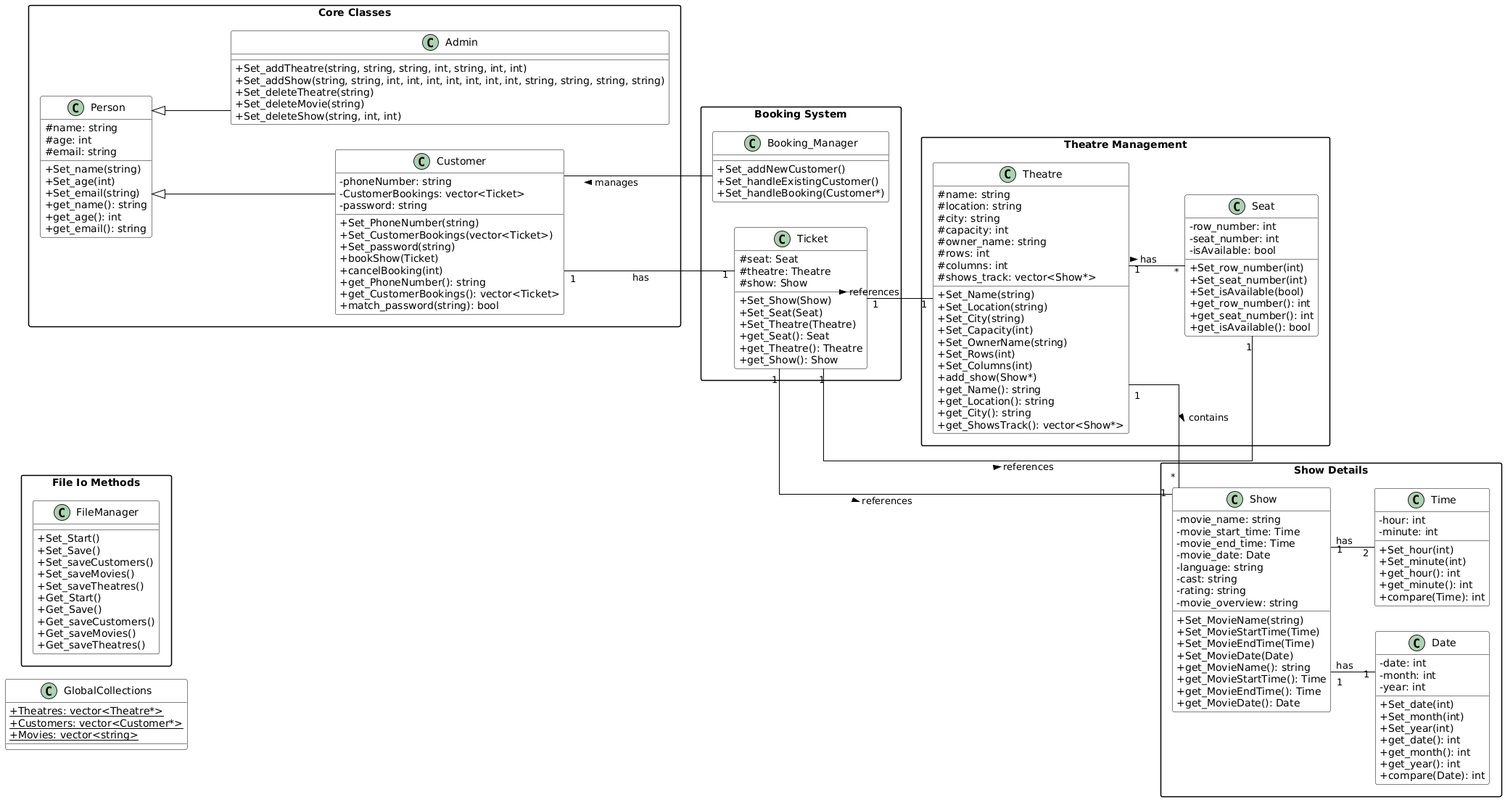
Before: Final UML Diagram.png, a diagram exported from PlantUML (svnsaisathvik/CPP-Project). The source it was exported from:
```plantuml
@startuml
skinparam backgroundColor white
skinparam class {
    BackgroundColor white
    ArrowColor Black
    BorderColor Black
    FontColor Black
}

skinparam classAttributeIconSize 0
skinparam linetype ortho
skinparam packageStyle rectangle

left to right direction

package "File Io Methods" {
    class FileManager {
        + Set_Start()
        + Set_Save()
        + Set_saveCustomers()
        + Set_saveMovies()
        + Set_saveTheatres()
        + Get_Start()
        + Get_Save()
        + Get_saveCustomers()
        + Get_saveMovies()
        + Get_saveTheatres()
    }
}

package "Core Classes" {
    class Person {
        # name: string
        # age: int
        # email: string

        + Set_name(string)
        + Set_age(int)
        + Set_email(string)
        + get_name(): string
        + get_age(): int
        + get_email(): string
    }

    class Customer {
        - phoneNumber: string
        - CustomerBookings: vector<Ticket>
        - password: string

        + Set_PhoneNumber(string)
        + Set_CustomerBookings(vector<Ticket>)
        + Set_password(string)
        + bookShow(Ticket)
        + cancelBooking(int)
        + get_PhoneNumber(): string
        + get_CustomerBookings(): vector<Ticket>
        + match_password(string): bool
    }

    class Admin {
        + Set_addTheatre(string, string, string, int, string, int, int)
        + Set_addShow(string, string, int, int, int, int, int, int, int, string, string, string, string)
        + Set_deleteTheatre(string)
        + Set_deleteMovie(string)
        + Set_deleteShow(string, int, int)
    }
}

package "Booking System" {
    class Booking_Manager {
        + Set_addNewCustomer()
        + Set_handleExistingCustomer()
        + Set_handleBooking(Customer*)
    }

    class Ticket {
        # seat: Seat
        # theatre: Theatre
        # show: Show

        + Set_Show(Show)
        + Set_Seat(Seat)
        + Set_Theatre(Theatre)
        + get_Seat(): Seat
        + get_Theatre(): Theatre
        + get_Show(): Show
    }
}

package "Theatre Management" {
    class Theatre {
        # name: string
        # location: string
        # city: string
        # capacity: int
        # owner_name: string
        # rows: int
        # columns: int
        # shows_track: vector<Show*>

        + Set_Name(string)
        + Set_Location(string)
        + Set_City(string)
        + Set_Capacity(int)
        + Set_OwnerName(string)
        + Set_Rows(int)
        + Set_Columns(int)
        + add_show(Show*)
        + get_Name(): string
        + get_Location(): string
        + get_City(): string
        + get_ShowsTrack(): vector<Show*>
    }

    class Seat {
        - row_number: int
        - seat_number: int
        - isAvailable: bool

        + Set_row_number(int)
        + Set_seat_number(int)
        + Set_isAvailable(bool)
        + get_row_number(): int
        + get_seat_number(): int
        + get_isAvailable(): bool
    }
}

package "Show Details" {
    class Show {
        - movie_name: string
        - movie_start_time: Time
        - movie_end_time: Time
        - movie_date: Date
        - language: string
        - cast: string
        - rating: string
        - movie_overview: string

        + Set_MovieName(string)
        + Set_MovieStartTime(Time)
        + Set_MovieEndTime(Time)
        + Set_MovieDate(Date)
        + get_MovieName(): string
        + get_MovieStartTime(): Time
        + get_MovieEndTime(): Time
        + get_MovieDate(): Date
    }

    class Date {
        - date: int
        - month: int
        - year: int

        + Set_date(int)
        + Set_month(int)
        + Set_year(int)
        + get_date(): int
        + get_month(): int
        + get_year(): int
        + compare(Date): int
    }

    class Time {
        - hour: int
        - minute: int

        + Set_hour(int)
        + Set_minute(int)
        + get_hour(): int
        + get_minute(): int
        + compare(Time): int
    }
}

Person <|-- Customer
Person <|-- Admin
Customer "1" -- "1" Ticket : has
Theatre "1" -- "*" Show : contains >
Theatre "1" -- "*" Seat : has >
Show "1" -- "1" Date : has
Show "1" -- "2" Time : has
Ticket "1" -- "1" Show : references >
Ticket "1" -- "1" Theatre : references >
Ticket "1" -- "1" Seat : references >
Booking_Manager -- Customer : manages >

class GlobalCollections {
    + {static} Theatres: vector<Theatre*>
    + {static} Customers: vector<Customer*>
    + {static} Movies: vector<string>
}
@enduml
```
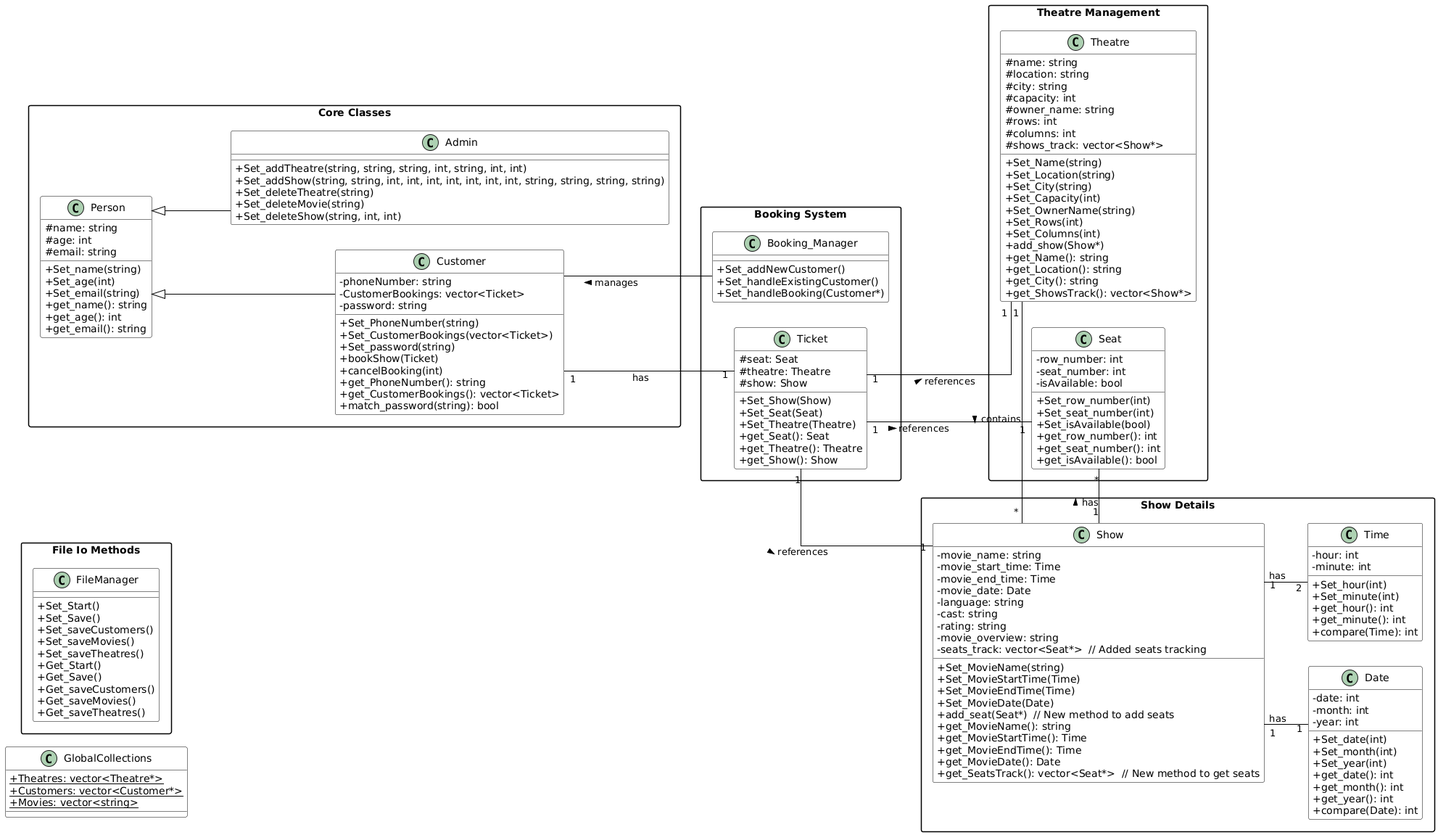
Above is the later version.

Commit message:
updated uml diagram

The edit, as a diff of the source:
```diff
@@ -136,15 +136,18 @@
         - cast: string
         - rating: string
         - movie_overview: string
+        - seats_track: vector<Seat*>  // Added seats tracking
 
         + Set_MovieName(string)
         + Set_MovieStartTime(Time)
         + Set_MovieEndTime(Time)
         + Set_MovieDate(Date)
+        + add_seat(Seat*)  // New method to add seats
         + get_MovieName(): string
         + get_MovieStartTime(): Time
         + get_MovieEndTime(): Time
         + get_MovieDate(): Date
+        + get_SeatsTrack(): vector<Seat*>  // New method to get seats
     }
 
     class Date {
@@ -177,7 +180,7 @@
 Person <|-- Admin
 Customer "1" -- "1" Ticket : has
 Theatre "1" -- "*" Show : contains >
-Theatre "1" -- "*" Seat : has >
+Show "1" -- "*" Seat : has >
 Show "1" -- "1" Date : has
 Show "1" -- "2" Time : has
 Ticket "1" -- "1" Show : references >
```
